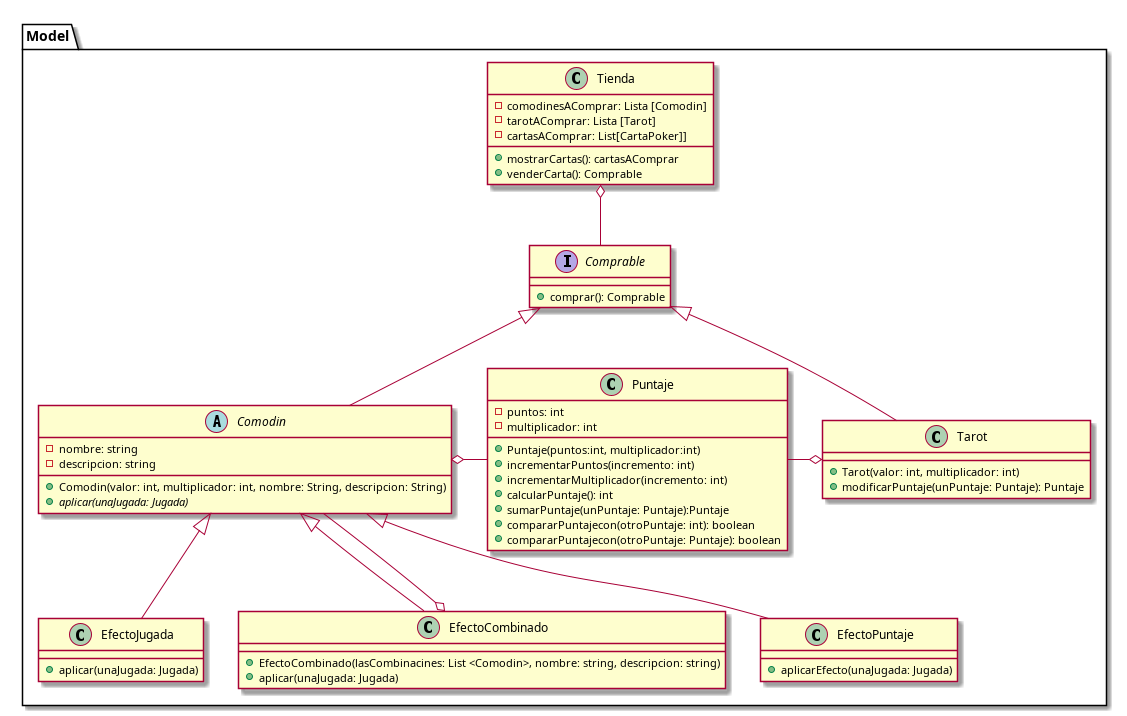
Above: diagrams/classes/clasesBalatro3.png in carruizdiaz1109/UBAlatro (PlantUML), before the change. Its source is kept beside it as diagrams/classes/clasesBalatro3.puml.
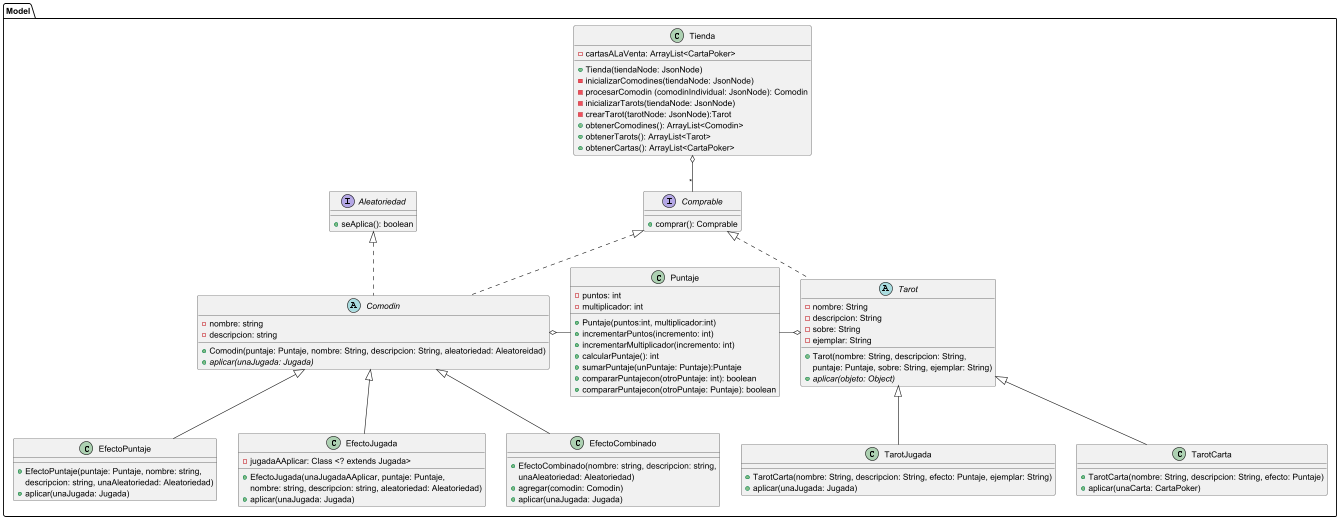
Above is the later version.

Commit message:
actualizo imagen diagrama de clase 3

What changed in the source:
```diff
@@ -3,45 +3,76 @@
 package Model {
 
 class Tienda {
-    - comodinesALaVenta: ArrayList<Comodin>
-    - tarotsALaVenta: ArrayList<Tarot>
     - cartasALaVenta: ArrayList<CartaPoker>
+
     + Tienda(tiendaNode: JsonNode)
     - inicializarComodines(tiendaNode: JsonNode)
     - procesarComodin (comodinIndividual: JsonNode): Comodin
     - inicializarTarots(tiendaNode: JsonNode)
     - crearTarot(tarotNode: JsonNode):Tarot
+    + obtenerComodines(): ArrayList<Comodin>
+    + obtenerTarots(): ArrayList<Tarot>
+    + obtenerCartas(): ArrayList<CartaPoker>
+
 }
 
 interface Comprable {
     + comprar(): Comprable
 }
 
+interface Aleatoriedad {
+   + seAplica(): boolean
+}
+
 abstract class Comodin {
     - nombre: string
     - descripcion: string
 
-    + Comodin(valor: int, multiplicador: int, nombre: String, descripcion: String)
+    + Comodin(puntaje: Puntaje, nombre: String, descripcion: String, aleatoriedad: Aleatoreidad)
     + {abstract}aplicar(unaJugada: Jugada)
 }
 
 class EfectoJugada {
+    - jugadaAAplicar: Class <? extends Jugada>
+    + EfectoJugada(unaJugadaAAplicar, puntaje: Puntaje,
+    nombre: string, descripcion: string, aleatoriedad: Aleatoriedad)
     + aplicar(unaJugada: Jugada)
 }
 
 class EfectoCombinado{
-    + EfectoCombinado(lasCombinacines: List <Comodin>, nombre: string, descripcion: string)
+    + EfectoCombinado(nombre: string, descripcion: string,
+    unaAleatoriedad: Aleatoriedad)
+    + agregar(comodin: Comodin)
+    + aplicar(unaJugada: Jugada)
+
+}
+class EfectoPuntaje{
+    + EfectoPuntaje(puntaje: Puntaje, nombre: string,
+    descripcion: string, unaAleatoriedad: Aleatoriedad)
     + aplicar(unaJugada: Jugada)
 }
-class EfectoPuntaje{
-    + aplicarEfecto(unaJugada: Jugada)
+
+abstract class Tarot {
+    - nombre: String
+    - descripcion: String
+    - sobre: String
+    - ejemplar: String
+
+    + Tarot(nombre: String, descripcion: String,
+    puntaje: Puntaje, sobre: String, ejemplar: String)
+    + {abstract}aplicar(objeto: Object)
 }
 
-class Tarot {
+class TarotCarta {
+    + TarotCarta(nombre: String, descripcion: String, efecto: Puntaje)
+    + aplicar(unaCarta: CartaPoker)
+}
 
-    + Tarot(valor: int, multiplicador: int)
-    + modificarPuntaje(unPuntaje: Puntaje): Puntaje
+class TarotJugada {
+    + TarotCarta(nombre: String, descripcion: String, efecto: Puntaje, ejemplar: String)
+    + aplicar(unaJugada: Jugada)
 }
+
 
 class Puntaje {
     - puntos: int
@@ -57,14 +88,18 @@
 }
 
 
-Tienda o-- Comprable
-Comodin -up-|> Comprable
-Tarot -up-|> Comprable
+Tienda o-- "*" Comprable
+Comodin .up.|> Comprable
+Comodin .up.|> Aleatoriedad
+Tarot .up.|> Comprable
+
+
 EfectoPuntaje -up-|> Comodin
 EfectoJugada -up-|> Comodin
 EfectoCombinado -up-|> Comodin
-EfectoCombinado o-- Comodin
 Comodin o-right-- Puntaje
 Tarot o-left-- Puntaje
+TarotCarta -up-|> Tarot
+TarotJugada -up-|> Tarot
 }
 @enduml
```
